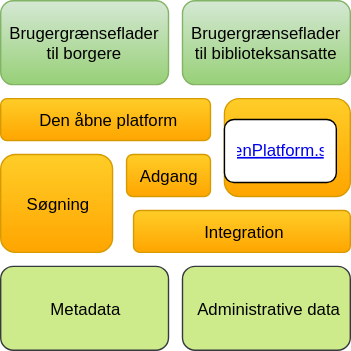
danskernesdigitalebibliotek/public keeps this draw.io diagram as DDB_infrastruktur_niveau0.svg. Above is the earlier version. Source tidied: cells renumbered, new cells last; positions are measured from the earlier drawing's top-left corner, leaving out a move shared by most shapes.
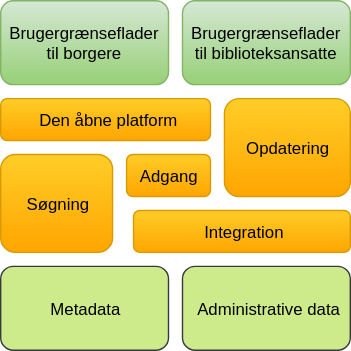
After the change.

The edit, as a diff of the source:
```diff
@@ -32,8 +32,5 @@
     <mxCell id="11" style="edgeStyle=orthogonalEdgeStyle;rounded=0;html=1;exitX=0.5;exitY=1;jettySize=auto;orthogonalLoop=1;" parent="1" edge="1" source="4" target="4">
       <mxGeometry relative="1" as="geometry" />
     </mxCell>
-    <mxCell id="12" value="openPlatform.svg" style="fontColor=#0000EE;fontStyle=4;rounded=1;overflow=hidden;spacing=10;" parent="1" vertex="1">
-      <mxGeometry x="160" y="85" width="80" height="45" as="geometry" />
-    </mxCell>
   </root>
 </mxGraphModel>
```
